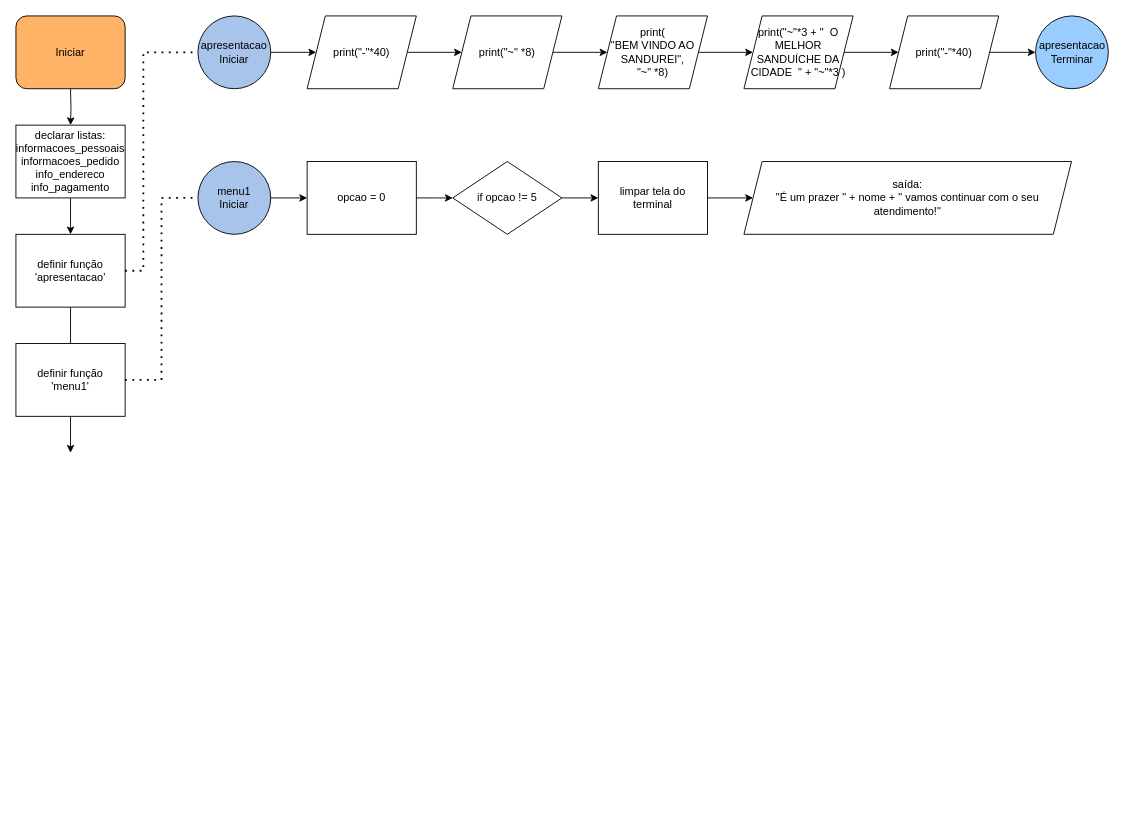
This is Projeto 1/fluxo.drawio from alsantosad/SENAC_RESILIA_ANALISE_DE_DADOS, a draw.io file, before an edit. Source tidied: cells renumbered, new cells numbered last; positions are measured from the earlier drawing's top-left corner, leaving out a move shared by most shapes. Both pictures are drawn from the tidied source at 91%, with x=0, y=0 at pixel (15, 15).
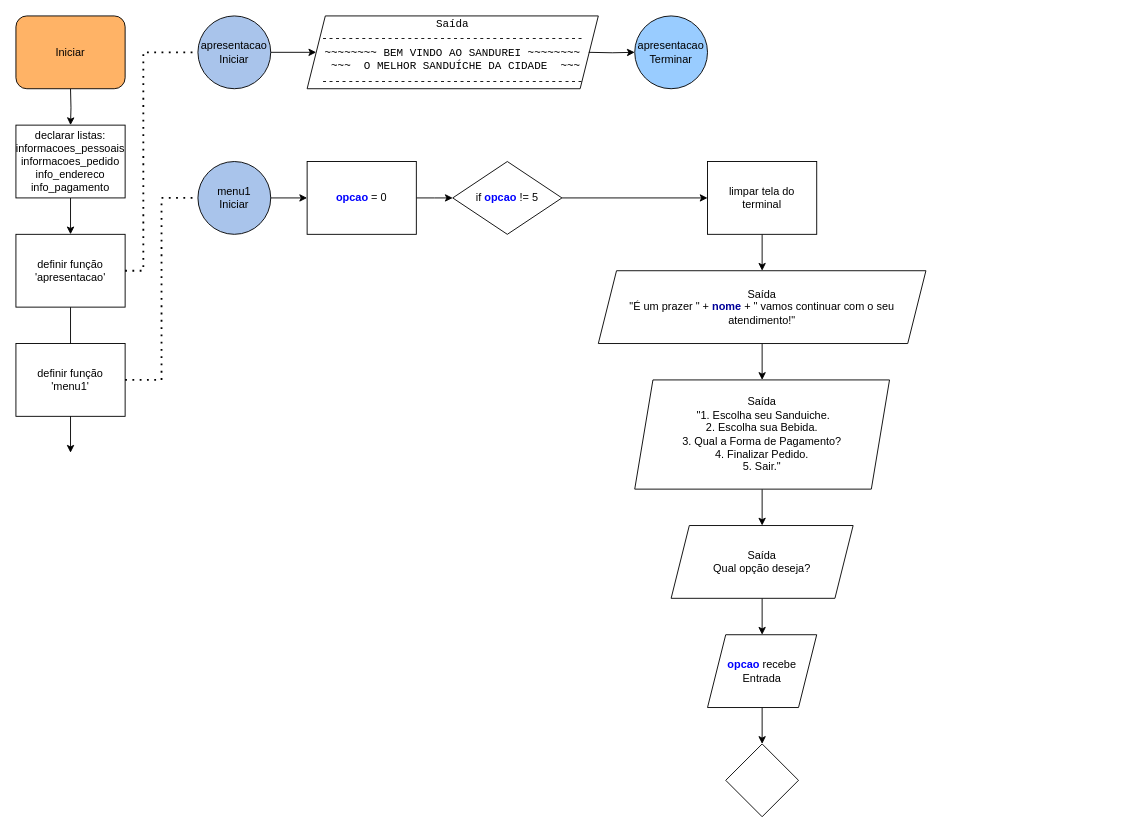
The same diagram, later.

What changed in the source:
```diff
@@
     <mxCell id="10" value="&lt;div&gt;apresentacao&lt;/div&gt;&lt;div&gt;Terminar&lt;br&gt;&lt;/div&gt;" style="ellipse;whiteSpace=wrap;html=1;fillColor=#99CCFF;" parent="1" vertex="1">
-      <mxGeometry x="1120.5" width="80" height="80" as="geometry" />
+      <mxGeometry x="680" width="80" height="80" as="geometry" />
     </mxCell>
-    <mxCell id="11" style="edgeStyle=orthogonalEdgeStyle;rounded=0;jettySize=auto;html=1;" parent="1" edge="1" source="12" target="14">
-      <mxGeometry relative="1" as="geometry" />
-    </mxCell>
-    <mxCell id="12" value="&lt;div&gt;print(&quot;-&quot;*40)&lt;br&gt;&lt;/div&gt;" style="shape=parallelogram;perimeter=parallelogramPerimeter;whiteSpace=wrap;html=1;fixedSize=1;" parent="1" vertex="1">
-      <mxGeometry x="320" width="120" height="80" as="geometry" />
+    <mxCell id="12" value="&lt;div style=&quot;&quot;&gt;&lt;font face=&quot;Consolas&quot;&gt;Saída&lt;/font&gt;&lt;/div&gt;&lt;div style=&quot;&quot;&gt;&lt;font face=&quot;Consolas&quot;&gt;----------------------------------------&lt;/font&gt;&lt;/div&gt;&lt;div style=&quot;&quot;&gt;&lt;font face=&quot;Consolas&quot;&gt;~~~~~~~~ BEM VINDO AO SANDUREI ~~~~~~~~&lt;/font&gt;&lt;/div&gt;&lt;div style=&quot;&quot;&gt;&lt;font face=&quot;Consolas&quot;&gt;&amp;nbsp;~~~&amp;nbsp; O MELHOR SANDUÍCHE DA CIDADE&amp;nbsp; ~~~&lt;/font&gt;&lt;/div&gt;&lt;div style=&quot;&quot;&gt;&lt;font face=&quot;Consolas&quot;&gt;----------------------------------------&lt;/font&gt;&lt;/div&gt;" style="shape=parallelogram;perimeter=parallelogramPerimeter;whiteSpace=wrap;html=1;fixedSize=1;align=center;" parent="1" vertex="1">
+      <mxGeometry x="320" width="320" height="80" as="geometry" />
     </mxCell>
-    <mxCell id="13" style="edgeStyle=orthogonalEdgeStyle;rounded=0;jettySize=auto;html=1;" parent="1" edge="1" source="14" target="16">
-      <mxGeometry relative="1" as="geometry" />
-    </mxCell>
-    <mxCell id="14" value="&lt;div&gt;print(&quot;~&quot; *8)&lt;/div&gt;" style="shape=parallelogram;perimeter=parallelogramPerimeter;whiteSpace=wrap;html=1;fixedSize=1;" parent="1" vertex="1">
-      <mxGeometry x="480" width="120" height="80" as="geometry" />
-    </mxCell>
-    <mxCell id="15" style="edgeStyle=orthogonalEdgeStyle;rounded=0;jettySize=auto;html=1;" parent="1" edge="1" source="16" target="18">
-      <mxGeometry relative="1" as="geometry" />
-    </mxCell>
-    <mxCell id="16" value="&lt;div&gt;print(&lt;div&gt;&quot;BEM VINDO AO SANDUREI&quot;,&lt;/div&gt;&quot;~&quot; *8)&lt;/div&gt;" style="shape=parallelogram;perimeter=parallelogramPerimeter;whiteSpace=wrap;html=1;fixedSize=1;" parent="1" vertex="1">
-      <mxGeometry x="640" width="120" height="80" as="geometry" />
-    </mxCell>
-    <mxCell id="17" style="edgeStyle=orthogonalEdgeStyle;rounded=0;jettySize=auto;html=1;" parent="1" edge="1" source="18" target="20">
-      <mxGeometry relative="1" as="geometry" />
-    </mxCell>
-    <mxCell id="18" value="&lt;div&gt;print(&quot;~&quot;*3 + &quot;&amp;nbsp; O MELHOR SANDUÍCHE DA CIDADE&amp;nbsp; &quot; + &quot;~&quot;*3 )&lt;/div&gt;" style="shape=parallelogram;perimeter=parallelogramPerimeter;whiteSpace=wrap;html=1;fixedSize=1;" parent="1" vertex="1">
-      <mxGeometry x="800" width="120" height="80" as="geometry" />
-    </mxCell>
-    <mxCell id="19" style="edgeStyle=orthogonalEdgeStyle;rounded=0;jettySize=auto;html=1;" parent="1" edge="1" source="20" target="10">
-      <mxGeometry relative="1" as="geometry" />
+    <mxCell id="19" style="edgeStyle=orthogonalEdgeStyle;rounded=0;jettySize=auto;html=1;" parent="1" edge="1" target="10">
+      <mxGeometry relative="1" as="geometry">
+        <mxPoint x="629.5" y="40" as="sourcePoint" />
+      </mxGeometry>
     </mxCell>
-    <mxCell id="20" value="&lt;div&gt;print(&quot;-&quot;*40)&lt;br&gt;&lt;/div&gt;" style="shape=parallelogram;perimeter=parallelogramPerimeter;whiteSpace=wrap;html=1;fixedSize=1;" parent="1" vertex="1">
-      <mxGeometry x="960" width="120" height="80" as="geometry" />
-    </mxCell>
@@
-    <mxCell id="27" value="opcao = 0" style="rounded=0;whiteSpace=wrap;html=1;" parent="1" vertex="1">
+    <mxCell id="27" value="&lt;font color=&quot;#0000ff&quot;&gt;&lt;b&gt;opcao&lt;/b&gt;&lt;/font&gt; = 0" style="rounded=0;whiteSpace=wrap;html=1;" parent="1" vertex="1">
       <mxGeometry x="320" y="160" width="120" height="80" as="geometry" />
     </mxCell>
@@
-    <mxCell id="29" value="if opcao != 5" style="rhombus;whiteSpace=wrap;html=1;" parent="1" vertex="1">
+    <mxCell id="29" value="if &lt;font color=&quot;#0000ff&quot;&gt;&lt;b&gt;opcao&lt;/b&gt;&lt;/font&gt; != 5" style="rhombus;whiteSpace=wrap;html=1;" parent="1" vertex="1">
       <mxGeometry x="480" y="160" width="120" height="80" as="geometry" />
     </mxCell>
@@
     <mxCell id="31" value="limpar tela do terminal" style="rounded=0;whiteSpace=wrap;html=1;" parent="1" vertex="1">
-      <mxGeometry x="640" y="160" width="120" height="80" as="geometry" />
+      <mxGeometry x="760" y="160" width="120" height="80" as="geometry" />
     </mxCell>
+    <mxCell id="33" style="edgeStyle=orthogonalEdgeStyle;rounded=0;jettySize=auto;html=1;" parent="1" edge="1" source="32" target="35">
+      <mxGeometry relative="1" as="geometry" />
+    </mxCell>
-    <mxCell id="32" value="&lt;div&gt;saída:&lt;/div&gt;&lt;div&gt;&quot;É um prazer &quot; + nome + &quot; vamos continuar com o seu atendimento!&quot;&lt;br&gt;&lt;/div&gt;" style="rounded=0;whiteSpace=wrap;html=1;shape=parallelogram;perimeter=parallelogramPerimeter;fixedSize=1;" parent="1" vertex="1">
-      <mxGeometry x="800" y="160" width="360" height="80" as="geometry" />
+    <mxCell id="32" value="&lt;div&gt;Saída&lt;/div&gt;&lt;div&gt;&quot;É um prazer &quot; + &lt;font color=&quot;#000099&quot;&gt;&lt;b&gt;nome&lt;/b&gt;&lt;/font&gt; + &quot; vamos continuar com o seu atendimento!&quot;&lt;br&gt;&lt;/div&gt;" style="rounded=0;whiteSpace=wrap;html=1;shape=parallelogram;perimeter=parallelogramPerimeter;fixedSize=1;" parent="1" vertex="1">
+      <mxGeometry x="640" y="280" width="360" height="80" as="geometry" />
     </mxCell>
+    <mxCell id="34" style="edgeStyle=orthogonalEdgeStyle;rounded=0;jettySize=auto;html=1;" parent="1" edge="1" source="35" target="40">
+      <mxGeometry relative="1" as="geometry" />
+    </mxCell>
+    <mxCell id="35" value="Saída&lt;br&gt;&amp;nbsp;&quot;1. Escolha seu Sanduiche.&lt;br&gt;2. Escolha sua Bebida.&lt;br&gt;3. Qual a Forma de Pagamento?&lt;br&gt;4. Finalizar Pedido.&lt;br&gt;5. Sair.&quot;" style="shape=parallelogram;perimeter=parallelogramPerimeter;whiteSpace=wrap;html=1;fixedSize=1;" parent="1" vertex="1">
+      <mxGeometry x="680" y="400" width="280" height="120" as="geometry" />
+    </mxCell>
+    <mxCell id="36" style="edgeStyle=orthogonalEdgeStyle;rounded=0;orthogonalLoop=1;jettySize=auto;html=1;exitX=0.5;exitY=1;exitDx=0;exitDy=0;" parent="1" edge="1" source="35" target="35">
+      <mxGeometry relative="1" as="geometry" />
+    </mxCell>
+    <mxCell id="37" style="edgeStyle=orthogonalEdgeStyle;rounded=0;jettySize=auto;html=1;" parent="1" edge="1" source="38" target="41">
+      <mxGeometry relative="1" as="geometry" />
+    </mxCell>
+    <mxCell id="38" value="&lt;b style=&quot;&quot;&gt;&lt;font color=&quot;#0000ff&quot;&gt;opcao&lt;/font&gt;&amp;nbsp;&lt;/b&gt;recebe&lt;br&gt;Entrada" style="shape=parallelogram;perimeter=parallelogramPerimeter;whiteSpace=wrap;html=1;fixedSize=1;" parent="1" vertex="1">
+      <mxGeometry x="760" y="680" width="120" height="80" as="geometry" />
+    </mxCell>
+    <mxCell id="39" style="edgeStyle=orthogonalEdgeStyle;rounded=0;jettySize=auto;html=1;" parent="1" edge="1" source="40" target="38">
+      <mxGeometry relative="1" as="geometry" />
+    </mxCell>
+    <mxCell id="40" value="Saída&lt;br&gt;Qual opção deseja?" style="shape=parallelogram;perimeter=parallelogramPerimeter;whiteSpace=wrap;html=1;fixedSize=1;" parent="1" vertex="1">
+      <mxGeometry x="720" y="560" width="200" height="80" as="geometry" />
+    </mxCell>
+    <mxCell id="41" style="rhombus;whiteSpace=wrap;html=1;" parent="1" vertex="1">
+      <mxGeometry x="780" y="800" width="80" height="80" as="geometry" />
+    </mxCell>
```
